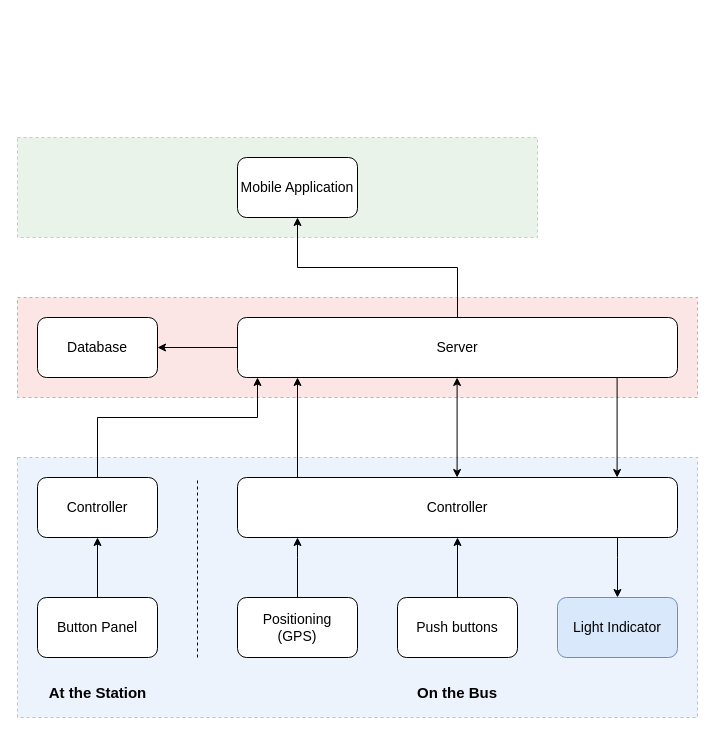
Above: PBL6-BusSystemImprovement.drawio in lukas0173/Draw.io (draw.io), before the change. Source tidied: cells renumbered, new cells numbered last; positions are measured from the earlier drawing's top-left corner, leaving out a move shared by most shapes. Both pictures are drawn from the tidied source at 100%, with x=0, y=0 at pixel (17, 137).
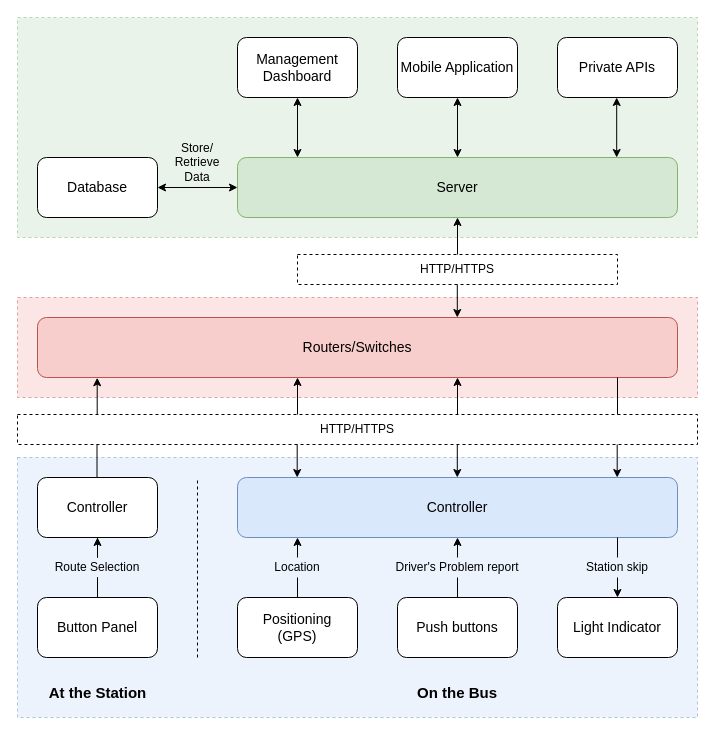
After the change.

Unchanged cells that the change refers to:
```xml
<mxCell id="7" value="Positioning&lt;div&gt;(GPS)&lt;/div&gt;" style="rounded=1;whiteSpace=wrap;html=1;fontSize=14;" parent="1" vertex="1">
  <mxGeometry x="220" y="460" width="120" height="60" as="geometry" />
</mxCell>
<mxCell id="11" value="Push buttons" style="rounded=1;whiteSpace=wrap;html=1;fontSize=14;" parent="1" vertex="1">
  <mxGeometry x="380" y="460" width="120" height="60" as="geometry" />
</mxCell>
<mxCell id="19" value="Controller" style="rounded=1;whiteSpace=wrap;html=1;fontSize=14;" parent="1" vertex="1">
  <mxGeometry x="20" y="340" width="120" height="60" as="geometry" />
</mxCell>
<mxCell id="21" value="Button Panel" style="rounded=1;whiteSpace=wrap;html=1;fontSize=14;" parent="1" vertex="1">
  <mxGeometry x="20" y="460" width="120" height="60" as="geometry" />
</mxCell>
```

Diff of the diagram source:
```diff
@@
     <mxCell id="2" style="rounded=0;whiteSpace=wrap;html=1;dashed=1;fillColor=#d5e8d4;strokeColor=#82b366;opacity=50;fontSize=14;" parent="1" vertex="1">
-      <mxGeometry width="520" height="100" as="geometry" />
+      <mxGeometry y="-120" width="680" height="220" as="geometry" />
     </mxCell>
@@
-    <mxCell id="5" value="Controller" style="rounded=1;whiteSpace=wrap;html=1;fontSize=14;" parent="1" vertex="1">
+    <mxCell id="5" value="Controller" style="rounded=1;whiteSpace=wrap;html=1;fontSize=14;fillColor=#dae8fc;strokeColor=#6c8ebf;" parent="1" vertex="1">
       <mxGeometry x="220" y="340" width="440" height="60" as="geometry" />
     </mxCell>
-    <mxCell id="6" style="edgeStyle=orthogonalEdgeStyle;rounded=0;jettySize=auto;html=1;" parent="1" edge="1" source="7" target="5">
-      <mxGeometry relative="1" as="geometry">
-        <Array as="points">
-          <mxPoint x="280" y="420" />
-          <mxPoint x="280" y="420" />
-        </Array>
-      </mxGeometry>
-    </mxCell>
@@
-    <mxCell id="8" style="edgeStyle=orthogonalEdgeStyle;rounded=0;jettySize=auto;html=1;startArrow=classic;startFill=1;endArrow=none;endFill=0;" parent="1" edge="1" source="9" target="5">
-      <mxGeometry relative="1" as="geometry">
-        <Array as="points">
-          <mxPoint x="600" y="420" />
-          <mxPoint x="600" y="420" />
-        </Array>
-      </mxGeometry>
-    </mxCell>
-    <mxCell id="9" value="Light Indicator" style="rounded=1;whiteSpace=wrap;html=1;fillStyle=auto;fillColor=#dae8fc;strokeColor=#6c8ebf;fontSize=14;" parent="1" vertex="1">
+    <mxCell id="9" value="Light Indicator" style="rounded=1;whiteSpace=wrap;html=1;fillStyle=auto;fontSize=14;" parent="1" vertex="1">
       <mxGeometry x="540" y="460" width="120" height="60" as="geometry" />
     </mxCell>
-    <mxCell id="10" style="edgeStyle=orthogonalEdgeStyle;rounded=0;jettySize=auto;html=1;" parent="1" edge="1" source="11" target="5">
-      <mxGeometry relative="1" as="geometry" />
-    </mxCell>
@@
-    <mxCell id="12" style="edgeStyle=orthogonalEdgeStyle;rounded=0;jettySize=auto;html=1;" parent="1" edge="1" source="15" target="17">
+    <mxCell id="12" style="edgeStyle=orthogonalEdgeStyle;rounded=0;jettySize=auto;html=1;startArrow=classic;startFill=1;" parent="1" edge="1" source="15" target="17">
       <mxGeometry relative="1" as="geometry" />
     </mxCell>
-    <mxCell id="13" style="edgeStyle=orthogonalEdgeStyle;rounded=0;jettySize=auto;html=1;" parent="1" edge="1" source="15" target="16">
+    <mxCell id="13" style="edgeStyle=orthogonalEdgeStyle;rounded=0;jettySize=auto;html=1;startArrow=classic;startFill=1;" parent="1" edge="1" source="15" target="16">
       <mxGeometry relative="1" as="geometry" />
     </mxCell>
-    <mxCell id="14" style="edgeStyle=orthogonalEdgeStyle;rounded=0;jettySize=auto;html=1;startArrow=classic;startFill=1;endArrow=none;endFill=0;" parent="1" edge="1" source="15">
-      <mxGeometry relative="1" as="geometry">
-        <mxPoint x="280" y="340" as="targetPoint" />
-        <Array as="points">
-          <mxPoint x="280" y="340" />
-        </Array>
-      </mxGeometry>
-    </mxCell>
-    <mxCell id="15" value="Server" style="rounded=1;whiteSpace=wrap;html=1;fontSize=14;" parent="1" vertex="1">
-      <mxGeometry x="220" y="180" width="440" height="60" as="geometry" />
+    <mxCell id="15" value="Server" style="rounded=1;whiteSpace=wrap;html=1;fontSize=14;fillColor=#d5e8d4;strokeColor=#82b366;" parent="1" vertex="1">
+      <mxGeometry x="220" y="20" width="440" height="60" as="geometry" />
     </mxCell>
     <mxCell id="16" value="Database" style="rounded=1;whiteSpace=wrap;html=1;fontSize=14;" parent="1" vertex="1">
-      <mxGeometry x="20" y="180" width="120" height="60" as="geometry" />
+      <mxGeometry x="20" y="20" width="120" height="60" as="geometry" />
     </mxCell>
     <mxCell id="17" value="Mobile Application" style="rounded=1;whiteSpace=wrap;html=1;fontSize=14;" parent="1" vertex="1">
-      <mxGeometry x="220" y="20" width="120" height="60" as="geometry" />
+      <mxGeometry x="380" y="-100" width="120" height="60" as="geometry" />
     </mxCell>
-    <mxCell id="18" style="edgeStyle=orthogonalEdgeStyle;rounded=0;jettySize=auto;html=1;" parent="1" edge="1" source="19">
-      <mxGeometry relative="1" as="geometry">
-        <mxPoint x="240" y="240" as="targetPoint" />
-        <Array as="points">
-          <mxPoint x="80" y="280" />
-          <mxPoint x="240" y="280" />
-          <mxPoint x="240" y="240" />
-        </Array>
-      </mxGeometry>
-    </mxCell>
@@
-    <mxCell id="20" style="edgeStyle=orthogonalEdgeStyle;rounded=0;jettySize=auto;html=1;" parent="1" edge="1" source="21" target="19">
+    <mxCell id="20" style="edgeStyle=orthogonalEdgeStyle;rounded=0;jettySize=auto;html=1;" parent="1" edge="1" source="31" target="19">
       <mxGeometry relative="1" as="geometry" />
     </mxCell>
+    <mxCell id="27" style="edgeStyle=orthogonalEdgeStyle;rounded=0;jettySize=auto;html=1;entryX=0.5;entryY=1;entryDx=0;entryDy=0;endArrow=none;endFill=0;" parent="1" edge="1" source="21" target="31">
+      <mxGeometry relative="1" as="geometry" />
+    </mxCell>
@@
-    <mxCell id="25" style="edgeStyle=orthogonalEdgeStyle;rounded=0;orthogonalLoop=1;jettySize=auto;html=1;startArrow=classic;startFill=1;endArrow=classic;endFill=1;" parent="1" edge="1">
-      <mxGeometry relative="1" as="geometry">
-        <mxPoint x="439.6" y="240" as="sourcePoint" />
-        <mxPoint x="439.6" y="340" as="targetPoint" />
-        <Array as="points">
-          <mxPoint x="439.6" y="340" />
-        </Array>
-      </mxGeometry>
-    </mxCell>
-    <mxCell id="26" style="edgeStyle=orthogonalEdgeStyle;rounded=0;orthogonalLoop=1;jettySize=auto;html=1;" parent="1" edge="1">
-      <mxGeometry relative="1" as="geometry">
-        <mxPoint x="599.6" y="240" as="sourcePoint" />
-        <mxPoint x="599.6" y="340" as="targetPoint" />
-        <Array as="points">
-          <mxPoint x="599.6" y="340" />
-        </Array>
-      </mxGeometry>
-    </mxCell>
+    <mxCell id="28" value="Private APIs" style="rounded=1;whiteSpace=wrap;html=1;fontSize=14;" parent="1" vertex="1">
+      <mxGeometry x="540" y="-100" width="120" height="60" as="geometry" />
+    </mxCell>
+    <mxCell id="29" value="Management&lt;div&gt;Dashboard&lt;/div&gt;" style="rounded=1;whiteSpace=wrap;html=1;fontSize=14;" parent="1" vertex="1">
+      <mxGeometry x="220" y="-100" width="120" height="60" as="geometry" />
+    </mxCell>
+    <mxCell id="30" value="Routers/Switches" style="rounded=1;whiteSpace=wrap;html=1;fontSize=14;fillColor=#f8cecc;strokeColor=#b85450;" parent="1" vertex="1">
+      <mxGeometry x="20" y="180" width="640" height="60" as="geometry" />
+    </mxCell>
+    <mxCell id="31" value="Route Selection" style="text;html=1;align=center;verticalAlign=middle;whiteSpace=wrap;rounded=0;" parent="1" vertex="1">
+      <mxGeometry x="30" y="420" width="100" height="20" as="geometry" />
+    </mxCell>
+    <mxCell id="32" style="group;" parent="1" vertex="1">
+      <mxGeometry x="230" y="400" width="100" height="60" as="geometry" />
+    </mxCell>
+    <mxCell id="33" style="edgeStyle=orthogonalEdgeStyle;rounded=0;jettySize=auto;html=1;" parent="32" edge="1" source="35">
+      <mxGeometry relative="1" as="geometry">
+        <mxPoint x="50" as="targetPoint" />
+      </mxGeometry>
+    </mxCell>
+    <mxCell id="34" style="edgeStyle=orthogonalEdgeStyle;rounded=0;jettySize=auto;html=1;entryX=0.5;entryY=1;entryDx=0;entryDy=0;endArrow=none;endFill=0;" parent="32" edge="1" target="35">
+      <mxGeometry relative="1" as="geometry">
+        <mxPoint x="50" y="60" as="sourcePoint" />
+      </mxGeometry>
+    </mxCell>
+    <mxCell id="35" value="Location" style="text;html=1;align=center;verticalAlign=middle;whiteSpace=wrap;rounded=0;" parent="32" vertex="1">
+      <mxGeometry y="20" width="100" height="20" as="geometry" />
+    </mxCell>
+    <mxCell id="36" style="group;" parent="1" vertex="1">
+      <mxGeometry x="390" y="400" width="140" height="60" as="geometry" />
+    </mxCell>
+    <mxCell id="37" style="edgeStyle=orthogonalEdgeStyle;rounded=0;jettySize=auto;html=1;" parent="36" edge="1" source="39">
+      <mxGeometry relative="1" as="geometry">
+        <mxPoint x="50" as="targetPoint" />
+      </mxGeometry>
+    </mxCell>
+    <mxCell id="38" style="edgeStyle=orthogonalEdgeStyle;rounded=0;jettySize=auto;html=1;entryX=0.5;entryY=1;entryDx=0;entryDy=0;endArrow=none;endFill=0;" parent="36" edge="1" target="39">
+      <mxGeometry relative="1" as="geometry">
+        <mxPoint x="50" y="60" as="sourcePoint" />
+      </mxGeometry>
+    </mxCell>
+    <mxCell id="39" value="Driver's Problem report" style="text;html=1;align=center;verticalAlign=middle;whiteSpace=wrap;rounded=0;" parent="36" vertex="1">
+      <mxGeometry x="-20" y="20" width="140" height="20" as="geometry" />
+    </mxCell>
+    <mxCell id="40" style="group;" parent="1" vertex="1">
+      <mxGeometry x="550" y="400" width="100" height="60" as="geometry" />
+    </mxCell>
+    <mxCell id="41" style="edgeStyle=orthogonalEdgeStyle;rounded=0;jettySize=auto;html=1;endArrow=none;endFill=0;" parent="40" edge="1" source="43">
+      <mxGeometry relative="1" as="geometry">
+        <mxPoint x="50" as="targetPoint" />
+      </mxGeometry>
+    </mxCell>
+    <mxCell id="42" style="edgeStyle=orthogonalEdgeStyle;rounded=0;jettySize=auto;html=1;entryX=0.5;entryY=1;entryDx=0;entryDy=0;endArrow=none;endFill=0;startArrow=classic;startFill=1;" parent="40" edge="1" target="43">
+      <mxGeometry relative="1" as="geometry">
+        <mxPoint x="50" y="60" as="sourcePoint" />
+      </mxGeometry>
+    </mxCell>
+    <mxCell id="43" value="Station skip" style="text;html=1;align=center;verticalAlign=middle;whiteSpace=wrap;rounded=0;" parent="40" vertex="1">
+      <mxGeometry y="20" width="100" height="20" as="geometry" />
+    </mxCell>
+    <mxCell id="44" style="edgeStyle=orthogonalEdgeStyle;rounded=0;jettySize=auto;html=1;startArrow=none;startFill=0;endArrow=none;endFill=0;" parent="1" edge="1" source="45">
+      <mxGeometry relative="1" as="geometry">
+        <mxPoint x="79.5" y="340" as="targetPoint" />
+        <Array as="points">
+          <mxPoint x="79.5" y="340" />
+        </Array>
+      </mxGeometry>
+    </mxCell>
+    <mxCell id="45" value="HTTP/HTTPS" style="text;html=1;align=center;verticalAlign=middle;whiteSpace=wrap;rounded=0;strokeColor=default;dashed=1;" parent="1" vertex="1">
+      <mxGeometry y="277" width="680" height="30" as="geometry" />
+    </mxCell>
+    <mxCell id="46" style="edgeStyle=orthogonalEdgeStyle;rounded=0;jettySize=auto;html=1;startArrow=classic;startFill=1;endArrow=none;endFill=0;exitX=0.094;exitY=1.004;exitDx=0;exitDy=0;exitPerimeter=0;" parent="1" edge="1" source="30">
+      <mxGeometry relative="1" as="geometry">
+        <mxPoint x="79.7" y="277" as="targetPoint" />
+        <Array as="points">
+          <mxPoint x="80" y="277" />
+        </Array>
+      </mxGeometry>
+    </mxCell>
+    <mxCell id="47" style="edgeStyle=orthogonalEdgeStyle;rounded=0;orthogonalLoop=1;jettySize=auto;html=1;startArrow=classic;startFill=1;endArrow=none;endFill=0;exitX=0.094;exitY=1.004;exitDx=0;exitDy=0;exitPerimeter=0;" parent="1" edge="1">
+      <mxGeometry relative="1" as="geometry">
+        <mxPoint x="280.2" y="240" as="sourcePoint" />
+        <mxPoint x="280" y="277" as="targetPoint" />
+        <Array as="points">
+          <mxPoint x="280.2" y="277" />
+        </Array>
+      </mxGeometry>
+    </mxCell>
+    <mxCell id="48" style="edgeStyle=orthogonalEdgeStyle;rounded=0;orthogonalLoop=1;jettySize=auto;html=1;startArrow=none;startFill=0;endArrow=classic;endFill=1;" parent="1" edge="1">
+      <mxGeometry relative="1" as="geometry">
+        <mxPoint x="280.2" y="307" as="sourcePoint" />
+        <mxPoint x="279.7" y="340" as="targetPoint" />
+        <Array as="points">
+          <mxPoint x="279.7" y="340" />
+        </Array>
+      </mxGeometry>
+    </mxCell>
+    <mxCell id="49" style="edgeStyle=orthogonalEdgeStyle;rounded=0;orthogonalLoop=1;jettySize=auto;html=1;startArrow=none;startFill=0;endArrow=classic;endFill=1;" parent="1" edge="1">
+      <mxGeometry relative="1" as="geometry">
+        <mxPoint x="440.3" y="307" as="sourcePoint" />
+        <mxPoint x="439.8" y="340" as="targetPoint" />
+        <Array as="points">
+          <mxPoint x="439.8" y="340" />
+        </Array>
+      </mxGeometry>
+    </mxCell>
+    <mxCell id="50" style="edgeStyle=orthogonalEdgeStyle;rounded=0;orthogonalLoop=1;jettySize=auto;html=1;startArrow=classic;startFill=1;endArrow=none;endFill=0;exitX=0.094;exitY=1.004;exitDx=0;exitDy=0;exitPerimeter=0;" parent="1" edge="1">
+      <mxGeometry relative="1" as="geometry">
+        <mxPoint x="440.3" y="240" as="sourcePoint" />
+        <mxPoint x="440" y="277" as="targetPoint" />
+        <Array as="points">
+          <mxPoint x="440.3" y="277" />
+        </Array>
+      </mxGeometry>
+    </mxCell>
+    <mxCell id="51" style="edgeStyle=orthogonalEdgeStyle;rounded=0;orthogonalLoop=1;jettySize=auto;html=1;startArrow=none;startFill=0;endArrow=classic;endFill=1;" parent="1" edge="1">
+      <mxGeometry relative="1" as="geometry">
+        <mxPoint x="600.2" y="307" as="sourcePoint" />
+        <mxPoint x="599.7" y="340" as="targetPoint" />
+        <Array as="points">
+          <mxPoint x="599.7" y="340" />
+        </Array>
+      </mxGeometry>
+    </mxCell>
+    <mxCell id="52" style="edgeStyle=orthogonalEdgeStyle;rounded=0;orthogonalLoop=1;jettySize=auto;html=1;startArrow=none;startFill=0;endArrow=none;endFill=0;exitX=0.094;exitY=1.004;exitDx=0;exitDy=0;exitPerimeter=0;" parent="1" edge="1">
+      <mxGeometry relative="1" as="geometry">
+        <mxPoint x="600.2" y="240" as="sourcePoint" />
+        <mxPoint x="600" y="277" as="targetPoint" />
+        <Array as="points">
+          <mxPoint x="600.2" y="277" />
+        </Array>
+      </mxGeometry>
+    </mxCell>
+    <mxCell id="53" value="Store/&lt;div&gt;Retrieve&lt;div&gt;Data&lt;/div&gt;&lt;/div&gt;" style="text;html=1;align=center;verticalAlign=middle;whiteSpace=wrap;rounded=0;" parent="1" vertex="1">
+      <mxGeometry x="150" y="10" width="60" height="30" as="geometry" />
+    </mxCell>
+    <mxCell id="54" value="HTTP/HTTPS" style="text;html=1;align=center;verticalAlign=middle;whiteSpace=wrap;rounded=0;strokeColor=default;dashed=1;" parent="1" vertex="1">
+      <mxGeometry x="280" y="117" width="320" height="30" as="geometry" />
+    </mxCell>
+    <mxCell id="55" style="edgeStyle=orthogonalEdgeStyle;rounded=0;orthogonalLoop=1;jettySize=auto;html=1;startArrow=none;startFill=0;endArrow=classic;endFill=1;" parent="1" edge="1">
+      <mxGeometry relative="1" as="geometry">
+        <mxPoint x="440.3" y="147" as="sourcePoint" />
+        <mxPoint x="439.8" y="180" as="targetPoint" />
+        <Array as="points">
+          <mxPoint x="439.8" y="180" />
+        </Array>
+      </mxGeometry>
+    </mxCell>
+    <mxCell id="56" style="edgeStyle=orthogonalEdgeStyle;rounded=0;orthogonalLoop=1;jettySize=auto;html=1;startArrow=classic;startFill=1;endArrow=none;endFill=0;exitX=0.094;exitY=1.004;exitDx=0;exitDy=0;exitPerimeter=0;" parent="1" edge="1">
+      <mxGeometry relative="1" as="geometry">
+        <mxPoint x="440.3" y="80" as="sourcePoint" />
+        <mxPoint x="440" y="117" as="targetPoint" />
+        <Array as="points">
+          <mxPoint x="440.3" y="117" />
+        </Array>
+      </mxGeometry>
+    </mxCell>
+    <mxCell id="57" style="edgeStyle=orthogonalEdgeStyle;rounded=0;orthogonalLoop=1;jettySize=auto;html=1;startArrow=classic;startFill=1;" parent="1" edge="1">
+      <mxGeometry relative="1" as="geometry">
+        <mxPoint x="280" y="20" as="sourcePoint" />
+        <mxPoint x="280" y="-40" as="targetPoint" />
+      </mxGeometry>
+    </mxCell>
+    <mxCell id="58" style="edgeStyle=orthogonalEdgeStyle;rounded=0;orthogonalLoop=1;jettySize=auto;html=1;startArrow=classic;startFill=1;" parent="1" edge="1">
+      <mxGeometry relative="1" as="geometry">
+        <mxPoint x="599.2" y="20" as="sourcePoint" />
+        <mxPoint x="599.2" y="-40" as="targetPoint" />
+      </mxGeometry>
+    </mxCell>
```
